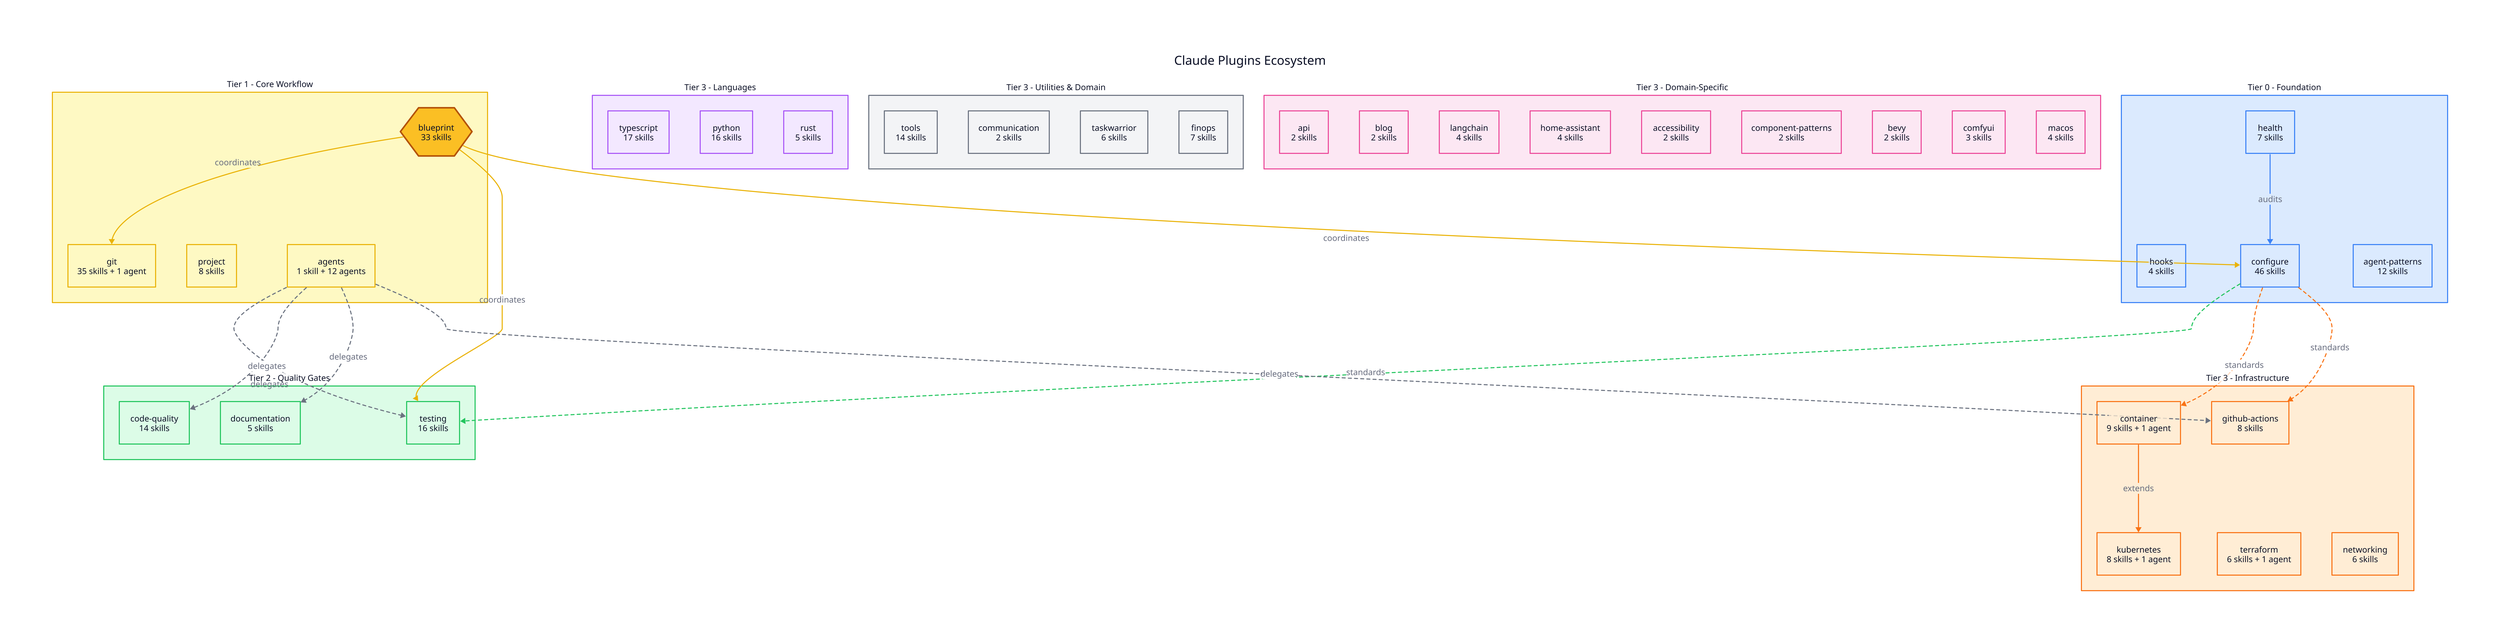
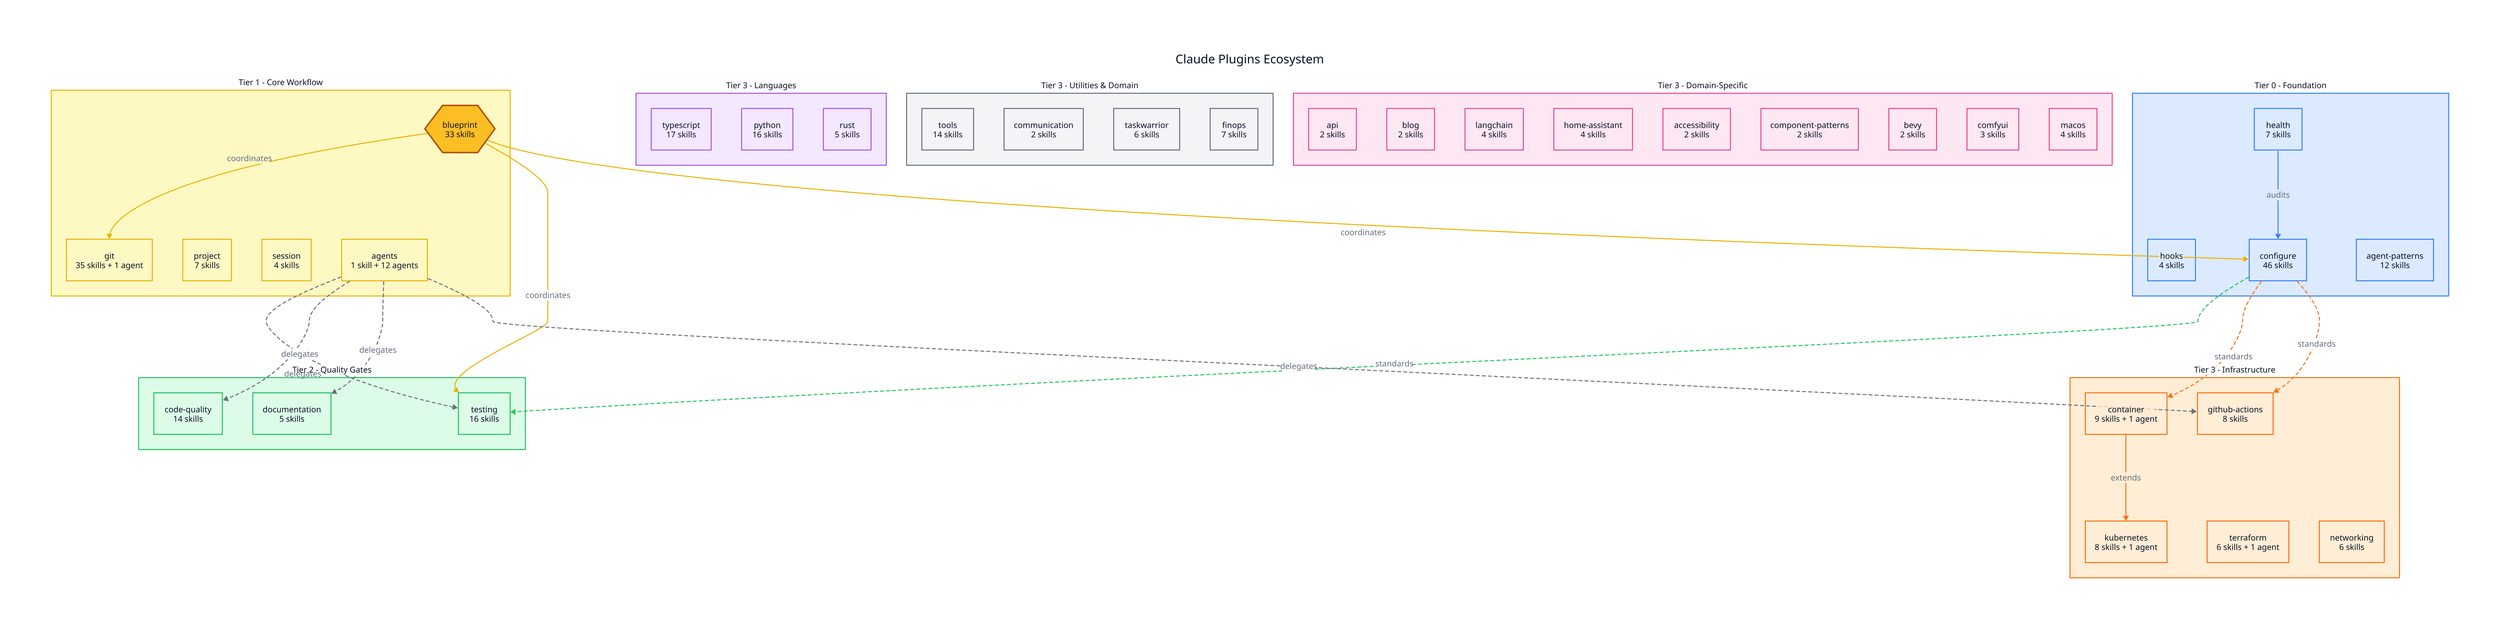
direction: down

title: "Claude Plugins Ecosystem" {
  near: top-center
  shape: text
  style: {
    font-size: 24
    bold: true
  }
}

# === CLASSES ===
classes: {
  foundation: {
    style.fill: "#dbeafe"
    style.stroke: "#3b82f6"
  }
  core: {
    style.fill: "#fef9c3"
    style.stroke: "#eab308"
  }
  quality: {
    style.fill: "#dcfce7"
    style.stroke: "#22c55e"
  }
  language: {
    style.fill: "#f3e8ff"
    style.stroke: "#a855f7"
  }
  infra: {
    style.fill: "#ffedd5"
    style.stroke: "#f97316"
  }
  utility: {
    style.fill: "#f3f4f6"
    style.stroke: "#6b7280"
  }
  domain: {
    style.fill: "#fce7f3"
    style.stroke: "#ec4899"
  }
}

# === TIER 0: FOUNDATION ===
foundation: {
  label: "Tier 0 - Foundation"
  class: foundation
  style.font-size: 16
  style.bold: true

  health: {
    label: "health\n7 skills"
    shape: rectangle
    class: foundation
  }
  hooks: {
    label: "hooks\n4 skills"
    shape: rectangle
    class: foundation
  }
  configure: {
    label: "configure\n46 skills"
    shape: rectangle
    class: foundation
  }
  agent-patterns: {
    label: "agent-patterns\n12 skills"
    shape: rectangle
    class: foundation
  }
}

# === TIER 1: CORE WORKFLOW ===
core: {
  label: "Tier 1 - Core Workflow"
  class: core
  style.font-size: 16
  style.bold: true

  blueprint: {
    label: "blueprint\n33 skills"
    shape: hexagon
    style.fill: "#fbbf24"
    style.stroke: "#b45309"
    style.stroke-width: 3
  }
  git: {
    label: "git\n35 skills + 1 agent"
    shape: rectangle
    class: core
  }
  project: {
-     label: "project\n8 skills"
+     label: "project\n7 skills"
+     shape: rectangle
+     class: core
+   }
+   session: {
+     label: "session\n4 skills"
    shape: rectangle
    class: core
  }
  agents: {
    label: "agents\n1 skill + 12 agents"
    shape: rectangle
    class: core
  }
}

# === TIER 2: QUALITY GATES ===
quality: {
  label: "Tier 2 - Quality Gates"
  class: quality
  style.font-size: 16
  style.bold: true

  testing: {
    label: "testing\n16 skills"
    shape: rectangle
    class: quality
  }
  code-quality: {
    label: "code-quality\n14 skills"
    shape: rectangle
    class: quality
  }
  documentation: {
    label: "documentation\n5 skills"
    shape: rectangle
    class: quality
  }
}

# === TIER 3: LANGUAGE ===
language: {
  label: "Tier 3 - Languages"
  class: language
  style.font-size: 16
  style.bold: true

  typescript: {
    label: "typescript\n17 skills"
    shape: rectangle
    class: language
  }
  python: {
    label: "python\n16 skills"
    shape: rectangle
    class: language
  }
  rust: {
    label: "rust\n5 skills"
    shape: rectangle
    class: language
  }
}

# === TIER 3: INFRASTRUCTURE ===
infra: {
  label: "Tier 3 - Infrastructure"
  class: infra
  style.font-size: 16
  style.bold: true

  container: {
    label: "container\n9 skills + 1 agent"
    shape: rectangle
    class: infra
  }
  kubernetes: {
    label: "kubernetes\n8 skills + 1 agent"
    shape: rectangle
    class: infra
  }
  terraform: {
    label: "terraform\n6 skills + 1 agent"
    shape: rectangle
    class: infra
  }
  github-actions: {
    label: "github-actions\n8 skills"
    shape: rectangle
    class: infra
  }
  networking: {
    label: "networking\n6 skills"
    shape: rectangle
    class: infra
  }
}

# === TIER 3: UTILITIES & DOMAIN ===
utilities: {
  label: "Tier 3 - Utilities & Domain"
  class: utility
  style.font-size: 16
  style.bold: true

  tools: {
    label: "tools\n14 skills"
    shape: rectangle
    class: utility
  }
  communication: {
    label: "communication\n2 skills"
    shape: rectangle
    class: utility
  }
  taskwarrior: {
    label: "taskwarrior\n6 skills"
    shape: rectangle
    class: utility
  }
  finops: {
    label: "finops\n7 skills"
    shape: rectangle
    class: utility
  }
}

domain: {
  label: "Tier 3 - Domain-Specific"
  class: domain
  style.font-size: 16
  style.bold: true

  api: {
    label: "api\n2 skills"
    shape: rectangle
    class: domain
  }
  blog: {
    label: "blog\n2 skills"
    shape: rectangle
    class: domain
  }
  langchain: {
    label: "langchain\n4 skills"
    shape: rectangle
    class: domain
  }
  home-assistant: {
    label: "home-assistant\n4 skills"
    shape: rectangle
    class: domain
  }
  accessibility: {
    label: "accessibility\n2 skills"
    shape: rectangle
    class: domain
  }
  component-patterns: {
    label: "component-patterns\n2 skills"
    shape: rectangle
    class: domain
  }
  bevy: {
    label: "bevy\n2 skills"
    shape: rectangle
    class: domain
  }
  comfyui: {
    label: "comfyui\n3 skills"
    shape: rectangle
    class: domain
  }
  macos: {
    label: "macos\n4 skills"
    shape: rectangle
    class: domain
  }
}

# === RELATIONSHIPS ===

# Foundation flows
foundation.health -> foundation.configure: "audits" {
  style.stroke: "#3b82f6"
}

# Configure provides standards for
foundation.configure -> quality.testing: "standards" {
  style.stroke: "#22c55e"
  style.stroke-dash: 3
}
foundation.configure -> infra.container: "standards" {
  style.stroke: "#f97316"
  style.stroke-dash: 3
}
foundation.configure -> infra.github-actions: "standards" {
  style.stroke: "#f97316"
  style.stroke-dash: 3
}

# Blueprint coordinates
core.blueprint -> core.git: "coordinates" {
  style.stroke: "#eab308"
}
core.blueprint -> quality.testing: "coordinates" {
  style.stroke: "#eab308"
}
core.blueprint -> foundation.configure: "coordinates" {
  style.stroke: "#eab308"
}

# Agents delegate to
core.agents -> quality.testing: "delegates" {
  style.stroke: "#6b7280"
  style.stroke-dash: 3
}
core.agents -> quality.code-quality: "delegates" {
  style.stroke: "#6b7280"
  style.stroke-dash: 3
}
core.agents -> quality.documentation: "delegates" {
  style.stroke: "#6b7280"
  style.stroke-dash: 3
}
core.agents -> infra.github-actions: "delegates" {
  style.stroke: "#6b7280"
  style.stroke-dash: 3
}

# Infrastructure extends
infra.container -> infra.kubernetes: "extends" {
  style.stroke: "#f97316"
}
